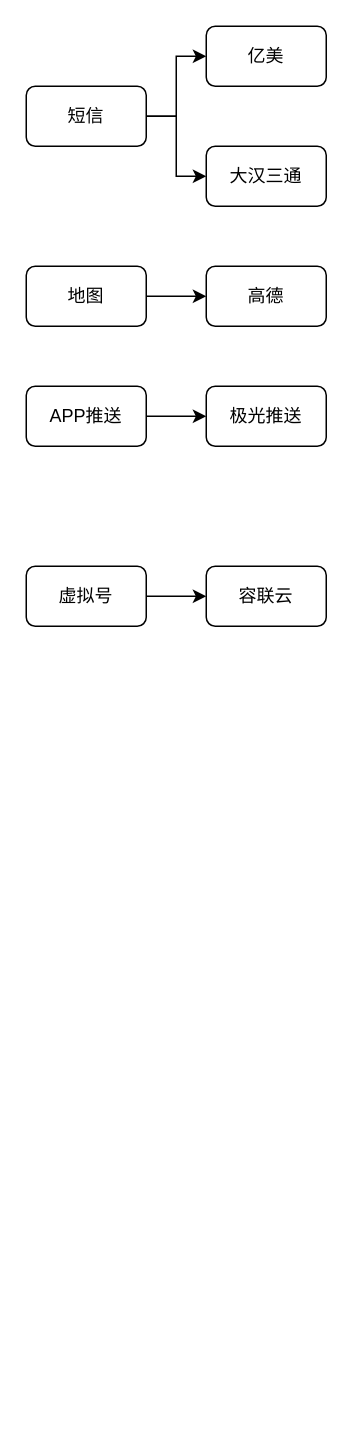
Before: page "Page-2" (2 of 3) of logichth3.drawio in zhangjiongcn/drawio, a draw.io diagram. Source tidied: cells renumbered, new cells numbered last; positions are measured from the earlier drawing's top-left corner, leaving out a move shared by most shapes. Both pictures are drawn from the tidied source at 150%, with x=0, y=0 at pixel (26, 26).
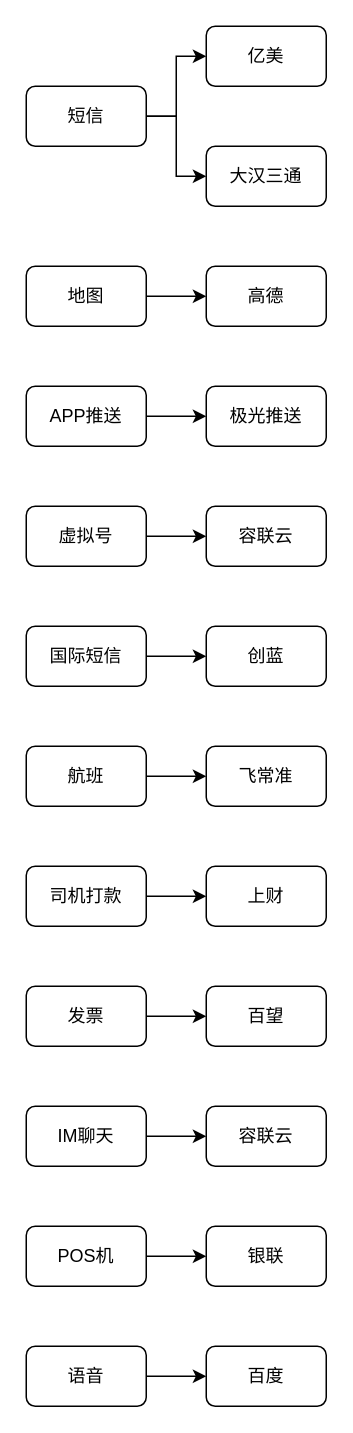
The same diagram, later.

Change to the diagram source:
```diff
@@
     <mxCell id="14" value="虚拟号" style="rounded=1;whiteSpace=wrap;html=1;" parent="1" vertex="1">
-      <mxGeometry y="360" width="80" height="40" as="geometry" />
+      <mxGeometry y="320" width="80" height="40" as="geometry" />
     </mxCell>
     <mxCell id="15" value="容联云" style="rounded=1;whiteSpace=wrap;html=1;" parent="1" vertex="1">
-      <mxGeometry x="120" y="360" width="80" height="40" as="geometry" />
+      <mxGeometry x="120" y="320" width="80" height="40" as="geometry" />
     </mxCell>
+    <mxCell id="16" style="edgeStyle=orthogonalEdgeStyle;rounded=0;jettySize=auto;html=1;" parent="1" edge="1" source="17" target="18">
+      <mxGeometry relative="1" as="geometry" />
+    </mxCell>
+    <mxCell id="17" value="国际短信" style="rounded=1;whiteSpace=wrap;html=1;" parent="1" vertex="1">
+      <mxGeometry y="400" width="80" height="40" as="geometry" />
+    </mxCell>
+    <mxCell id="18" value="创蓝" style="rounded=1;whiteSpace=wrap;html=1;" parent="1" vertex="1">
+      <mxGeometry x="120" y="400" width="80" height="40" as="geometry" />
+    </mxCell>
+    <mxCell id="19" style="edgeStyle=orthogonalEdgeStyle;rounded=0;jettySize=auto;html=1;entryX=0;entryY=0.5;entryDx=0;entryDy=0;" parent="1" edge="1" source="20" target="21">
+      <mxGeometry relative="1" as="geometry" />
+    </mxCell>
+    <mxCell id="20" value="航班" style="rounded=1;whiteSpace=wrap;html=1;" parent="1" vertex="1">
+      <mxGeometry y="480" width="80" height="40" as="geometry" />
+    </mxCell>
+    <mxCell id="21" value="飞常准" style="rounded=1;whiteSpace=wrap;html=1;" parent="1" vertex="1">
+      <mxGeometry x="120" y="480" width="80" height="40" as="geometry" />
+    </mxCell>
+    <mxCell id="22" style="edgeStyle=orthogonalEdgeStyle;rounded=0;jettySize=auto;html=1;entryX=0;entryY=0.5;entryDx=0;entryDy=0;" parent="1" edge="1" source="23" target="24">
+      <mxGeometry relative="1" as="geometry" />
+    </mxCell>
+    <mxCell id="23" value="司机打款" style="rounded=1;whiteSpace=wrap;html=1;" parent="1" vertex="1">
+      <mxGeometry y="560" width="80" height="40" as="geometry" />
+    </mxCell>
+    <mxCell id="24" value="上财" style="rounded=1;whiteSpace=wrap;html=1;" parent="1" vertex="1">
+      <mxGeometry x="120" y="560" width="80" height="40" as="geometry" />
+    </mxCell>
+    <mxCell id="25" style="edgeStyle=orthogonalEdgeStyle;rounded=0;jettySize=auto;html=1;entryX=0;entryY=0.5;entryDx=0;entryDy=0;" parent="1" edge="1" source="26" target="27">
+      <mxGeometry relative="1" as="geometry" />
+    </mxCell>
+    <mxCell id="26" value="发票" style="rounded=1;whiteSpace=wrap;html=1;" parent="1" vertex="1">
+      <mxGeometry y="640" width="80" height="40" as="geometry" />
+    </mxCell>
+    <mxCell id="27" value="百望" style="rounded=1;whiteSpace=wrap;html=1;" parent="1" vertex="1">
+      <mxGeometry x="120" y="640" width="80" height="40" as="geometry" />
+    </mxCell>
+    <mxCell id="28" style="edgeStyle=orthogonalEdgeStyle;rounded=0;jettySize=auto;html=1;entryX=0;entryY=0.5;entryDx=0;entryDy=0;" parent="1" edge="1" source="29" target="30">
+      <mxGeometry relative="1" as="geometry" />
+    </mxCell>
+    <mxCell id="29" value="IM聊天" style="rounded=1;whiteSpace=wrap;html=1;" parent="1" vertex="1">
+      <mxGeometry y="720" width="80" height="40" as="geometry" />
+    </mxCell>
+    <mxCell id="30" value="容联云" style="rounded=1;whiteSpace=wrap;html=1;" parent="1" vertex="1">
+      <mxGeometry x="120" y="720" width="80" height="40" as="geometry" />
+    </mxCell>
+    <mxCell id="31" style="edgeStyle=orthogonalEdgeStyle;rounded=0;jettySize=auto;html=1;entryX=0;entryY=0.5;entryDx=0;entryDy=0;" parent="1" edge="1" source="32" target="33">
+      <mxGeometry relative="1" as="geometry" />
+    </mxCell>
+    <mxCell id="32" value="POS机" style="rounded=1;whiteSpace=wrap;html=1;" parent="1" vertex="1">
+      <mxGeometry y="800" width="80" height="40" as="geometry" />
+    </mxCell>
+    <mxCell id="33" value="银联" style="rounded=1;whiteSpace=wrap;html=1;" parent="1" vertex="1">
+      <mxGeometry x="120" y="800" width="80" height="40" as="geometry" />
+    </mxCell>
+    <mxCell id="34" style="edgeStyle=orthogonalEdgeStyle;rounded=0;jettySize=auto;html=1;entryX=0;entryY=0.5;entryDx=0;entryDy=0;" parent="1" edge="1" source="35" target="36">
+      <mxGeometry relative="1" as="geometry" />
+    </mxCell>
+    <mxCell id="35" value="语音" style="rounded=1;whiteSpace=wrap;html=1;" parent="1" vertex="1">
+      <mxGeometry y="880" width="80" height="40" as="geometry" />
+    </mxCell>
+    <mxCell id="36" value="百度" style="rounded=1;whiteSpace=wrap;html=1;" parent="1" vertex="1">
+      <mxGeometry x="120" y="880" width="80" height="40" as="geometry" />
+    </mxCell>
```
